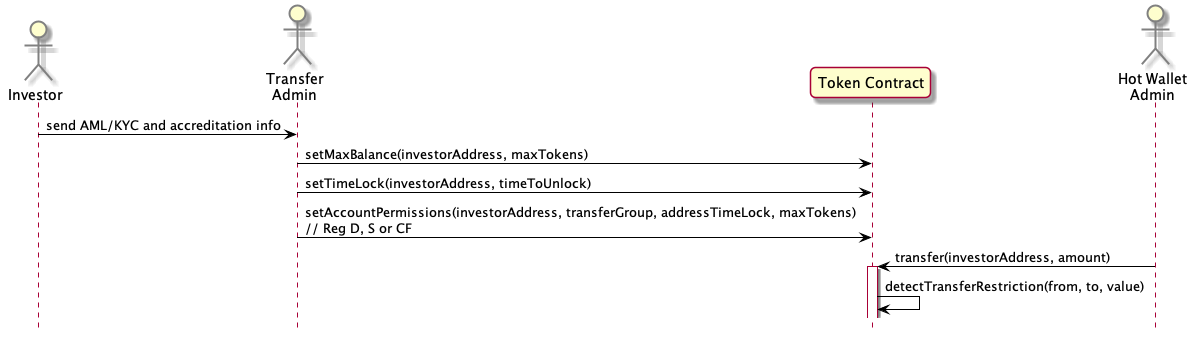
Earlier version of the PlantUML export docs/plant-uml-diagrams/basic-issuance.png (melmel27/comakery).
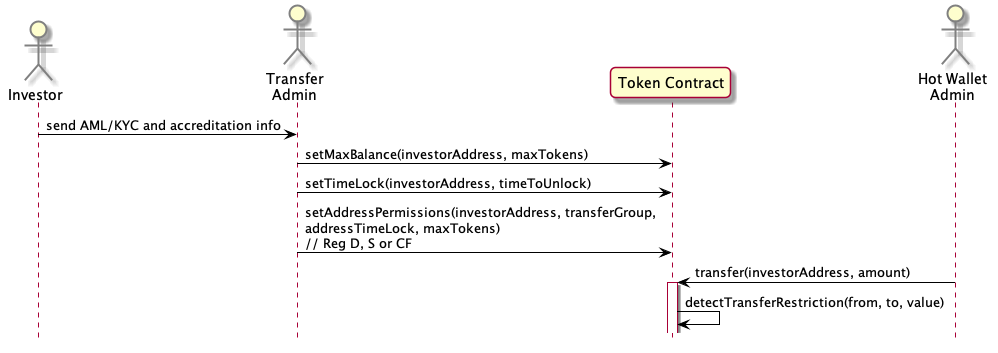
After the commit.

What changed in the source:
```diff
@@ -13,7 +13,7 @@
 Investor -> TAdmin: send AML/KYC and accreditation info
 TAdmin -> Token: setMaxBalance(investorAddress, maxTokens)
 TAdmin -> Token: setTimeLock(investorAddress, timeToUnlock)
-TAdmin -> Token: setAccountPermissions(investorAddress, transferGroup, addressTimeLock, maxTokens)\n// Reg D, S or CF
+TAdmin -> Token: setAddressPermissions(investorAddress, transferGroup,\naddressTimeLock, maxTokens)\n// Reg D, S or CF
 HAdmin -> Token: transfer(investorAddress, amount)
 activate Token
 Token -> Token: detectTransferRestriction(from, to, value)
```
